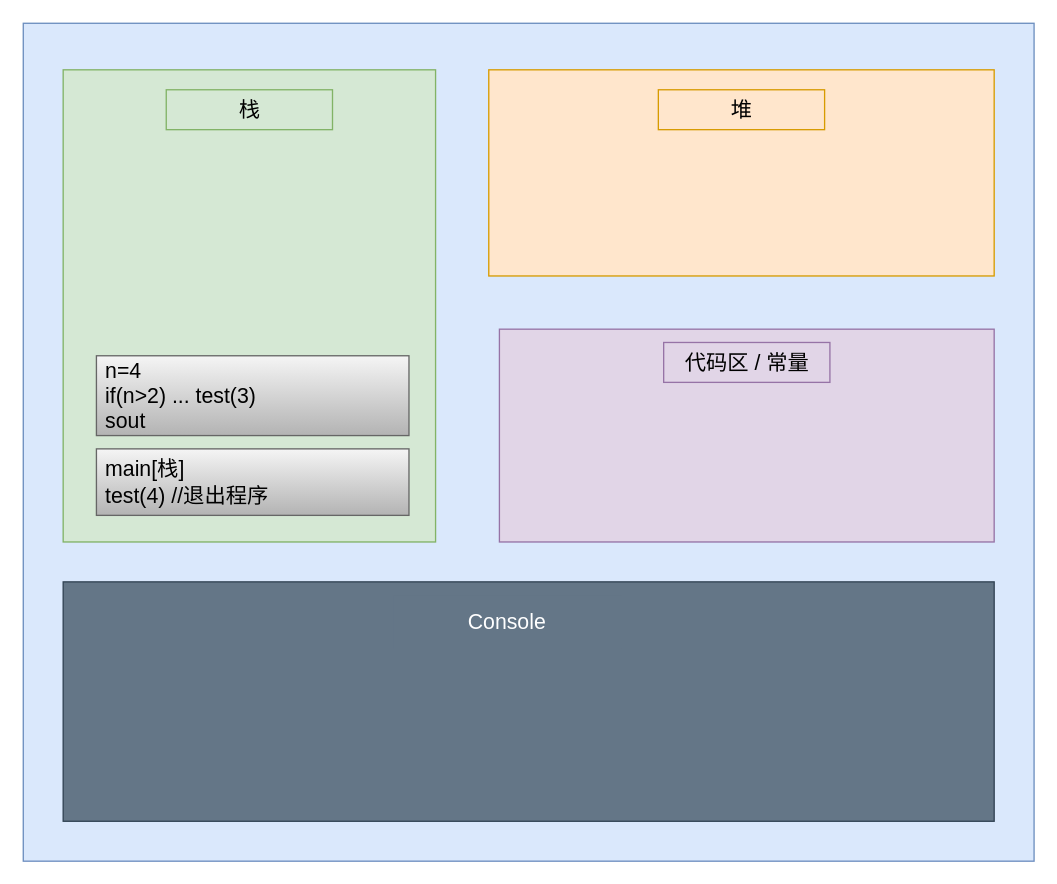
lexinhu/diagrams keeps this draw.io diagram as Recursion.drawio. Above is the earlier version. Source tidied: cells renumbered, new cells numbered last; positions are measured from the earlier drawing's top-left corner, leaving out a move shared by most shapes. Both pictures are drawn from the tidied source at 133%, with x=0, y=0 at pixel (23, 23).
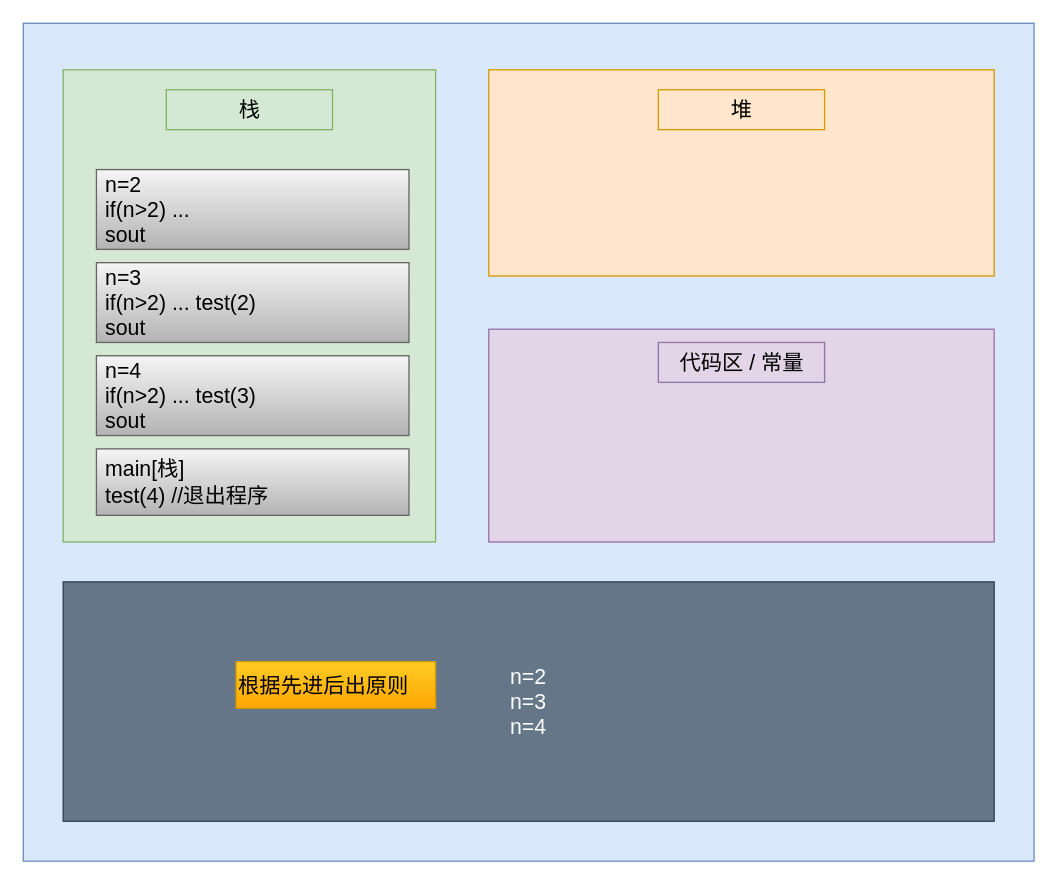
The same diagram, later.

The edit, as a diff of the source:
```diff
@@
 <mxGraphModel>
   <root>
     <mxCell id="0" />
     <mxCell id="1" parent="0" />
     <mxCell id="2" style="rounded=0;whiteSpace=wrap;html=1;fillColor=#dae8fc;strokeColor=#6c8ebf;" parent="1" vertex="1">
       <mxGeometry width="760" height="630" as="geometry" />
     </mxCell>
     <mxCell id="3" style="rounded=0;whiteSpace=wrap;html=1;fillColor=#d5e8d4;strokeColor=#82b366;shadow=0;glass=0;" parent="1" vertex="1">
       <mxGeometry x="30" y="35" width="280" height="355" as="geometry" />
     </mxCell>
     <mxCell id="4" value="栈" style="rounded=0;whiteSpace=wrap;html=1;fillColor=#d5e8d4;strokeColor=#82b366;fontSize=16;" parent="1" vertex="1">
       <mxGeometry x="107.5" y="50" width="125" height="30" as="geometry" />
     </mxCell>
     <mxCell id="5" value="main[栈]&lt;br&gt;test(4) //退出程序" style="rounded=0;whiteSpace=wrap;html=1;fontSize=16;fillColor=#f5f5f5;strokeColor=#666666;align=left;spacingLeft=5;gradientColor=#b3b3b3;" parent="1" vertex="1">
       <mxGeometry x="55" y="320" width="235" height="50" as="geometry" />
     </mxCell>
     <mxCell id="6" style="rounded=0;whiteSpace=wrap;html=1;shadow=0;glass=0;fontSize=16;fillColor=#ffe6cc;strokeColor=#d79b00;" parent="1" vertex="1">
       <mxGeometry x="350" y="35" width="380" height="155" as="geometry" />
     </mxCell>
     <mxCell id="7" value="堆" style="rounded=0;whiteSpace=wrap;html=1;fillColor=#ffe6cc;strokeColor=#d79b00;fontSize=16;" parent="1" vertex="1">
       <mxGeometry x="477.5" y="50" width="125" height="30" as="geometry" />
     </mxCell>
     <mxCell id="8" style="rounded=0;whiteSpace=wrap;html=1;shadow=0;glass=0;fontSize=16;fillColor=#e1d5e7;strokeColor=#9673a6;" parent="1" vertex="1">
-      <mxGeometry x="358" y="230" width="372" height="160" as="geometry" />
+      <mxGeometry x="350" y="230" width="380" height="160" as="geometry" />
     </mxCell>
     <mxCell id="9" value="代码区 / 常量" style="rounded=0;whiteSpace=wrap;html=1;fillColor=#e1d5e7;strokeColor=#9673a6;fontSize=16;" parent="1" vertex="1">
-      <mxGeometry x="481.5" y="240" width="125" height="30" as="geometry" />
+      <mxGeometry x="477.5" y="240" width="125" height="30" as="geometry" />
     </mxCell>
-    <mxCell id="10" style="rounded=0;whiteSpace=wrap;html=1;shadow=0;glass=0;fontSize=16;fillColor=#647687;strokeColor=#314354;fontColor=#ffffff;" parent="1" vertex="1">
+    <mxCell id="10" value="n=2&lt;br&gt;n=3&lt;br&gt;n=4&lt;br&gt;" style="rounded=0;whiteSpace=wrap;html=1;shadow=0;glass=0;fontSize=16;fillColor=#647687;strokeColor=#314354;fontColor=#ffffff;" parent="1" vertex="1">
       <mxGeometry x="30" y="420" width="700" height="180" as="geometry" />
     </mxCell>
-    <mxCell id="11" value="Console" style="rounded=0;whiteSpace=wrap;html=1;shadow=0;glass=0;fontSize=16;fillColor=#647687;fontColor=#ffffff;strokeColor=none;" parent="1" vertex="1">
-      <mxGeometry x="278" y="430" width="171.8" height="40" as="geometry" />
-    </mxCell>
     <mxCell id="12" value="n=4&lt;br&gt;if(n&amp;gt;2) ... test(3)&lt;br&gt;sout" style="rounded=0;whiteSpace=wrap;html=1;fontSize=16;fillColor=#f5f5f5;align=left;strokeColor=#666666;spacingLeft=5;gradientColor=#b3b3b3;" parent="1" vertex="1">
       <mxGeometry x="55" y="250" width="235" height="60" as="geometry" />
     </mxCell>
+    <mxCell id="13" value="n=3&lt;br&gt;if(n&amp;gt;2) ... test(2)&lt;br&gt;sout" style="rounded=0;whiteSpace=wrap;html=1;fontSize=16;fillColor=#f5f5f5;align=left;strokeColor=#666666;spacingLeft=5;gradientColor=#b3b3b3;" parent="1" vertex="1">
+      <mxGeometry x="55" y="180" width="235" height="60" as="geometry" />
+    </mxCell>
+    <mxCell id="14" value="n=2&lt;br&gt;if(n&amp;gt;2) ...&amp;nbsp;&lt;br&gt;sout" style="rounded=0;whiteSpace=wrap;html=1;fontSize=16;fillColor=#f5f5f5;align=left;strokeColor=#666666;spacingLeft=5;gradientColor=#b3b3b3;" parent="1" vertex="1">
+      <mxGeometry x="55" y="110" width="235" height="60" as="geometry" />
+    </mxCell>
+    <mxCell id="15" value="根据先进后出原则" style="rounded=0;whiteSpace=wrap;html=1;shadow=0;glass=0;fontSize=16;align=left;gradientColor=#ffa500;fillColor=#ffcd28;strokeColor=#d79b00;" parent="1" vertex="1">
+      <mxGeometry x="160" y="480" width="150" height="35" as="geometry" />
+    </mxCell>
   </root>
 </mxGraphModel>
```
